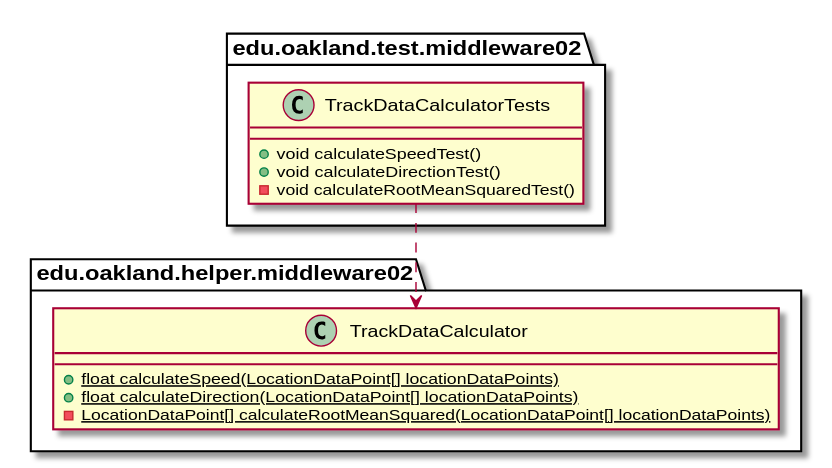
andrewdimmer/csi-3370-software-project keeps this PlantUML diagram as docs/uml-class-diagrams/middleware02/test/TrackDataCalculatorTests/TrackDataCalculatorTests_Closure.svg. Above is the earlier version.
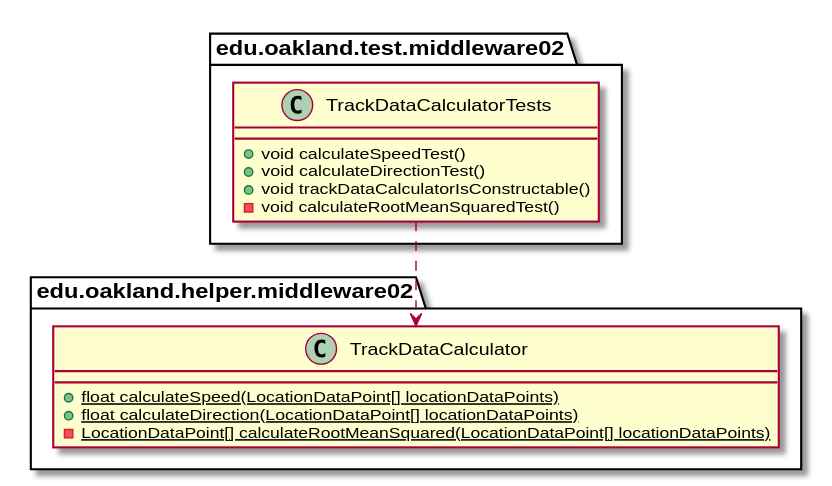
Later version of the same file.

Change to the diagram source:
```diff
@@ -5,6 +5,7 @@
     class TrackDataCalculatorTests {
       + void calculateSpeedTest()
       + void calculateDirectionTest()
+      + void trackDataCalculatorIsConstructable()
       - void calculateRootMeanSquaredTest()
     }
 }
```
